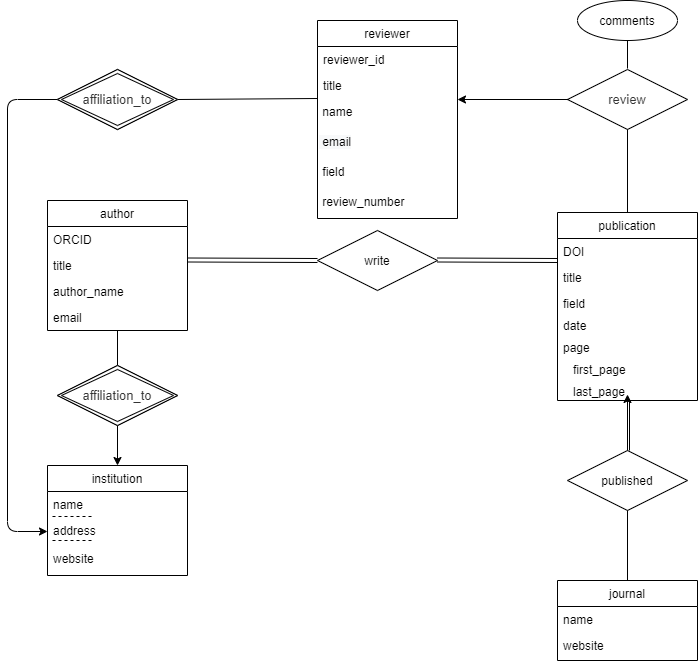
Earlier version of the draw.io export Untitled Diagram.png (impulseoy/learnGit). Source tidied: cells renumbered, new cells last; positions are measured from the earlier drawing's top-left corner, leaving out a move shared by most shapes.
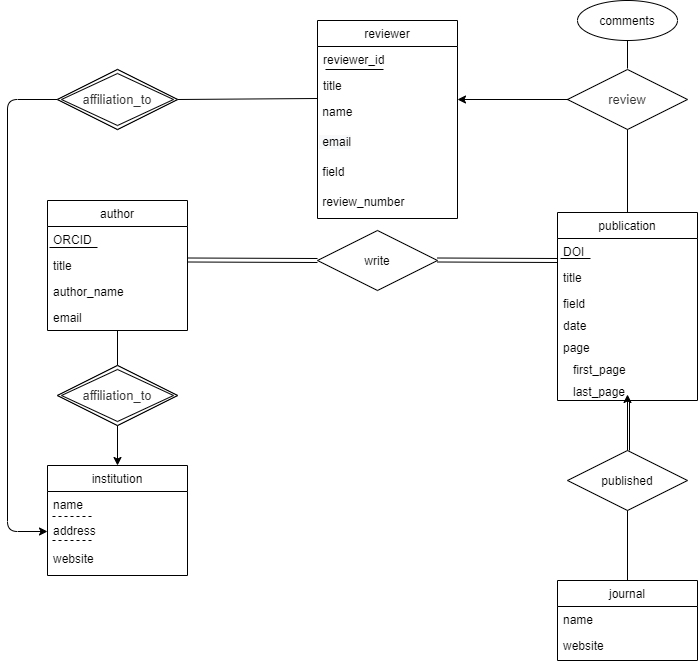
Above is the later version.

The edit, as a diff of the source:
```diff
@@ -8,6 +8,12 @@
     <mxCell id="3" value="DOI" style="text;strokeColor=none;fillColor=none;align=left;verticalAlign=top;spacingLeft=4;spacingRight=4;overflow=hidden;" parent="2" vertex="1">
       <mxGeometry y="26" width="140" height="26" as="geometry" />
     </mxCell>
+    <mxCell id="51" style="endArrow=none;html=1;" parent="2" edge="1">
+      <mxGeometry relative="1" as="geometry">
+        <mxPoint x="3" y="46" as="sourcePoint" />
+        <mxPoint x="33" y="46" as="targetPoint" />
+      </mxGeometry>
+    </mxCell>
     <mxCell id="4" value="title" style="text;strokeColor=none;fillColor=none;align=left;verticalAlign=top;spacingLeft=4;spacingRight=4;overflow=hidden;" parent="2" vertex="1">
       <mxGeometry y="52" width="140" height="26" as="geometry" />
     </mxCell>
@@ -32,6 +38,12 @@
     <mxCell id="11" value="ORCID" style="text;strokeColor=none;fillColor=none;align=left;verticalAlign=top;spacingLeft=4;spacingRight=4;overflow=hidden;" parent="10" vertex="1">
       <mxGeometry y="26" width="140" height="26" as="geometry" />
     </mxCell>
+    <mxCell id="52" style="endArrow=none;html=1;" parent="10" edge="1">
+      <mxGeometry relative="1" as="geometry">
+        <mxPoint x="2" y="47" as="sourcePoint" />
+        <mxPoint x="50" y="47" as="targetPoint" />
+      </mxGeometry>
+    </mxCell>
     <mxCell id="12" value="title" style="text;strokeColor=none;fillColor=none;align=left;verticalAlign=top;spacingLeft=4;spacingRight=4;overflow=hidden;" parent="10" vertex="1">
       <mxGeometry y="52" width="140" height="26" as="geometry" />
     </mxCell>
@@ -94,6 +106,12 @@
     <mxCell id="28" value="reviewer_id" style="text;strokeColor=none;fillColor=none;align=left;verticalAlign=top;spacingLeft=4;spacingRight=4;overflow=hidden;" parent="27" vertex="1">
       <mxGeometry y="26" width="140" height="26" as="geometry" />
     </mxCell>
+    <mxCell id="53" style="endArrow=none;html=1;" parent="27" edge="1">
+      <mxGeometry relative="1" as="geometry">
+        <mxPoint x="8" y="49" as="sourcePoint" />
+        <mxPoint x="66" y="49" as="targetPoint" />
+      </mxGeometry>
+    </mxCell>
     <mxCell id="29" value="title" style="text;strokeColor=none;fillColor=none;align=left;verticalAlign=top;spacingLeft=4;spacingRight=4;overflow=hidden;" parent="27" vertex="1">
       <mxGeometry y="52" width="140" height="26" as="geometry" />
     </mxCell>
```
